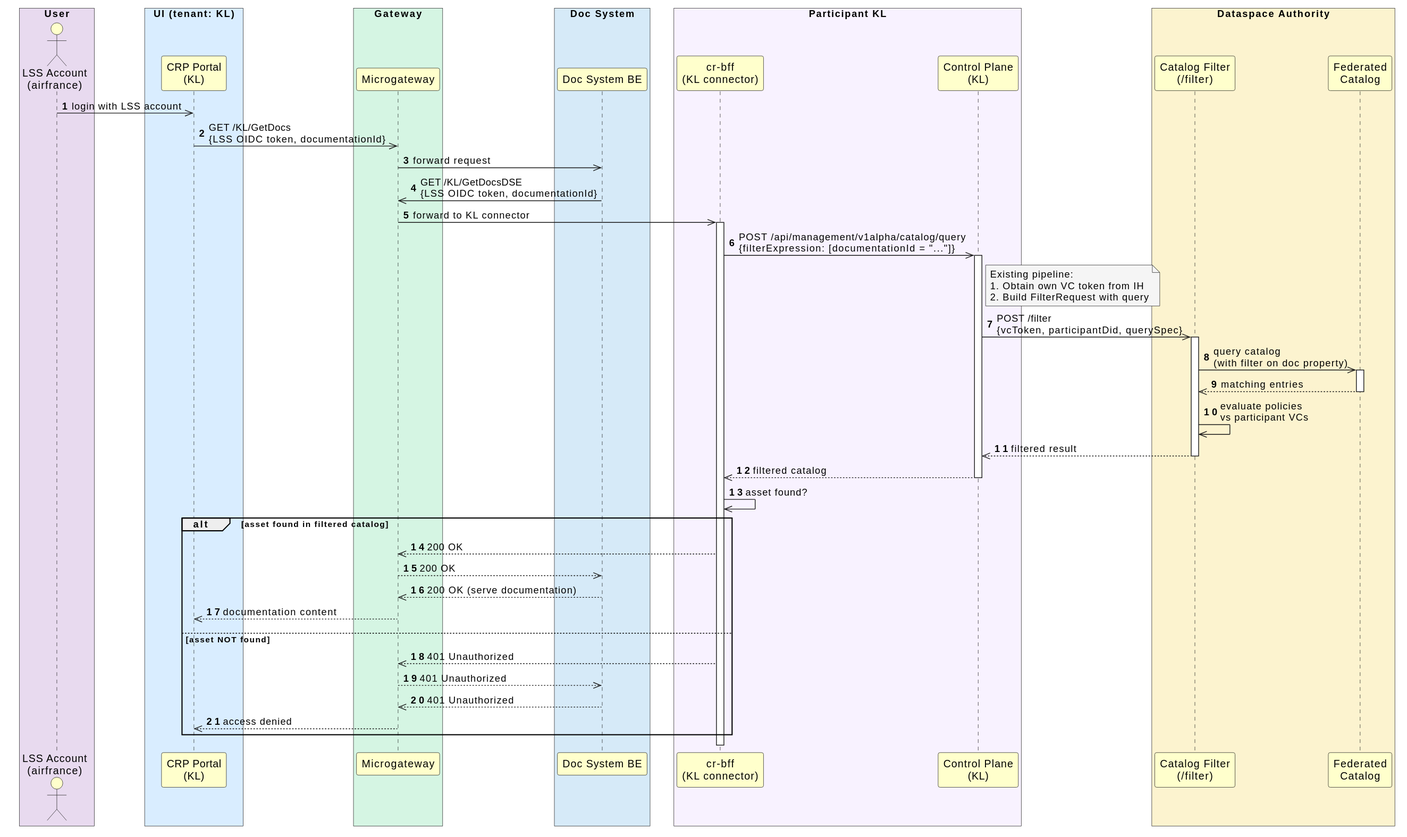
Above: docs/architecture/_diagrams/doc_access_check.svg in AmadeusITGroup/dataspace-ecosystem (PlantUML), before the change. Its diagram source:
```plantuml
@startuml
skinParam NoteBackgroundColor WhiteSmoke
skinParam NoteFontColor Black
skinParam ParticipantBackgroundColor WhiteSmoke
skinParam ActorBackgroundColor WhiteSmoke
skinParam AgentBackgroundColor White
skinParam AgentBorderColor SkyBlue
skinparam shadowing false
skinparam BoxPadding 10

!define UserColor E8DAEF
!define UIColor d9edff
!define GatewayColor D5F5E3
!define DocSystemColor D6EAF8
!define ParticipantColor f8f2ff
!define AuthorityColor FCF3CF

box "User" #UserColor
    actor User as "LSS Account\n(airfrance)" #Business
end box

box "UI (tenant: KL)" #UIColor
    participant UI as "CRP Portal\n(KL)" #Business
end box

box "Gateway" #GatewayColor
    participant MGW as "Microgateway" #Business
end box

box "Doc System" #DocSystemColor
    participant DocBE as "Doc System BE" #Business
end box

box "Participant KL" #ParticipantColor
    participant CrBff as "cr-bff\n(KL connector)" #Business
    participant CP as "Control Plane\n(KL)" #Business
end box

box "Dataspace Authority" #AuthorityColor
    participant AuthFilter as "Catalog Filter\n(/filter)" #Business
    participant FedCatalog as "Federated\nCatalog" #Business
end box

autonumber 1

User ->> UI : login with LSS account
UI ->> MGW : GET /KL/GetDocs\n{LSS OIDC token, documentationId}
MGW ->> DocBE : forward request

DocBE ->> MGW : GET /KL/GetDocsDSE\n{LSS OIDC token, documentationId}
MGW ->> CrBff : forward to KL connector
activate CrBff

CrBff ->> CP : POST /api/management/v1alpha/catalog/query\n{filterExpression: [documentationId = "..."]}
activate CP

note right of CP
  Existing pipeline:
  1. Obtain own VC token from IH
  2. Build FilterRequest with query
end note

CP ->> AuthFilter : POST /filter\n{vcToken, participantDid, querySpec}
activate AuthFilter

AuthFilter ->> FedCatalog : query catalog\n(with filter on doc property)
activate FedCatalog
FedCatalog -->> AuthFilter : matching entries
deactivate FedCatalog

AuthFilter ->> AuthFilter : evaluate policies\nvs participant VCs

AuthFilter -->> CP : filtered result
deactivate AuthFilter

CP -->> CrBff : filtered catalog
deactivate CP

CrBff ->> CrBff : asset found?

alt asset found in filtered catalog
    CrBff -->> MGW : 200 OK
    MGW -->> DocBE : 200 OK
    DocBE -->> MGW : 200 OK (serve documentation)
    MGW -->> UI : documentation content
else asset NOT found
    CrBff -->> MGW : 401 Unauthorized
    MGW -->> DocBE : 401 Unauthorized
    DocBE -->> MGW : 401 Unauthorized
    MGW -->> UI : access denied
end

deactivate CrBff
@enduml
```
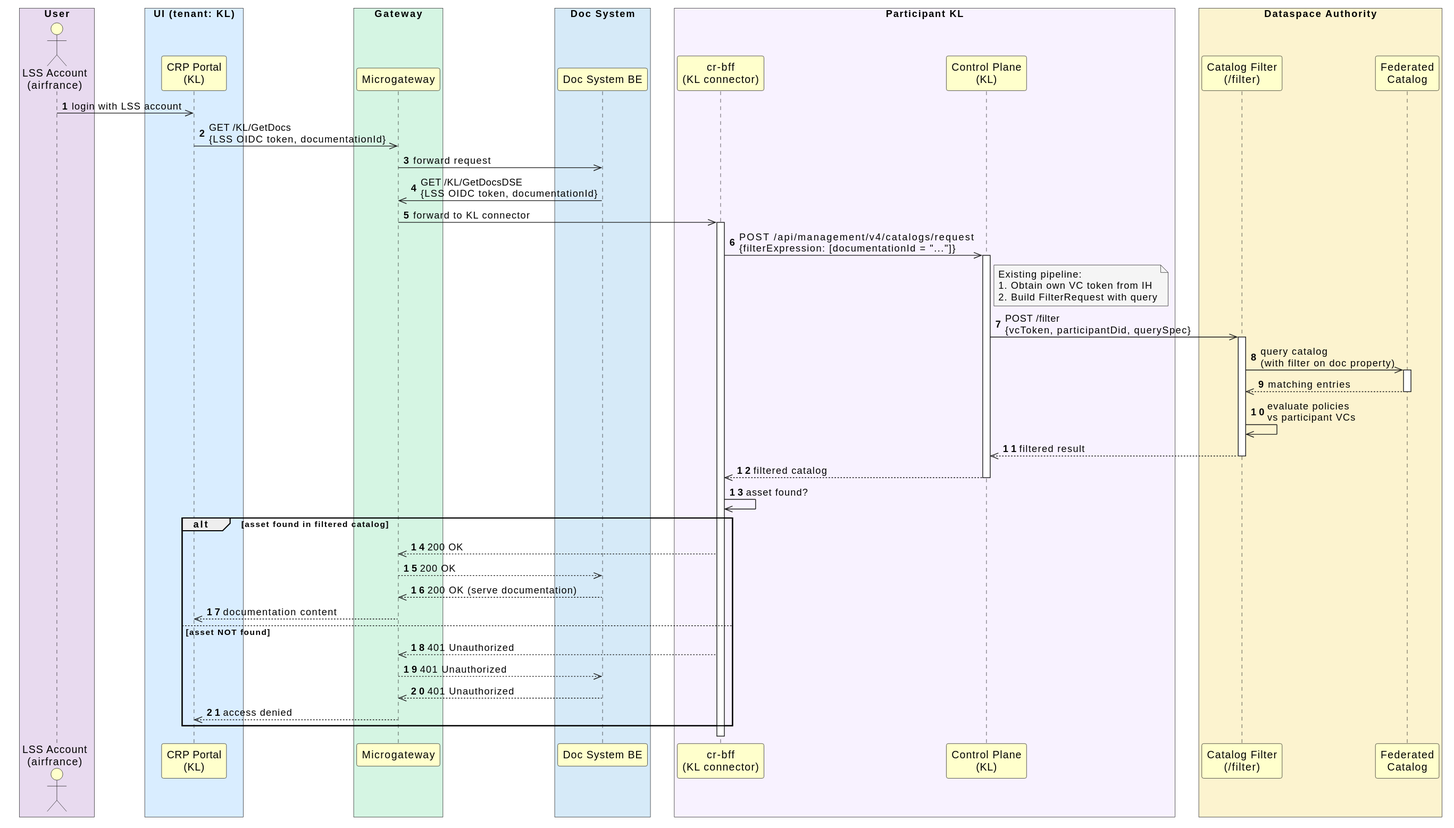
The same diagram one commit later.

Diff of the diagram source:
```diff
@@ -51,7 +51,7 @@
 MGW ->> CrBff : forward to KL connector
 activate CrBff
 
-CrBff ->> CP : POST /api/management/v1alpha/catalog/query\n{filterExpression: [documentationId = "..."]}
+CrBff ->> CP : POST /api/management/v4/dse/catalogs/request\n{filterExpression: [documentationId = "..."]}
 activate CP
 
 note right of CP
```
